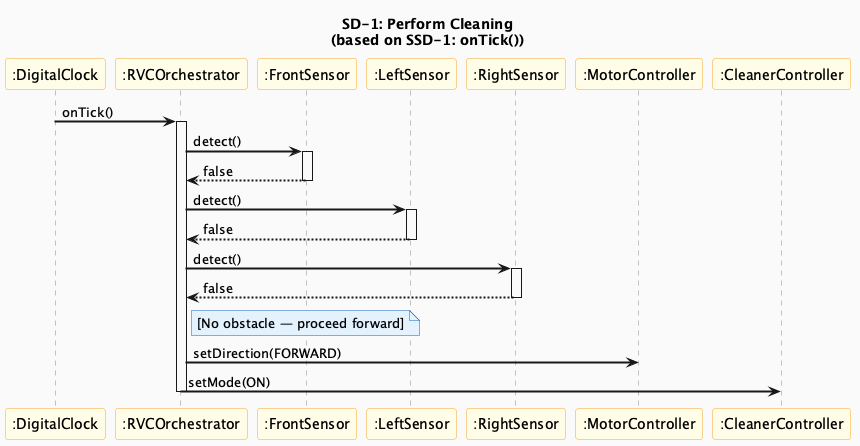
Before: docs/vibe-coding/03-ood/images/SD1_PerformCleaning.png, a diagram exported from PlantUML (OOP-konkuk/CICD-Team7).
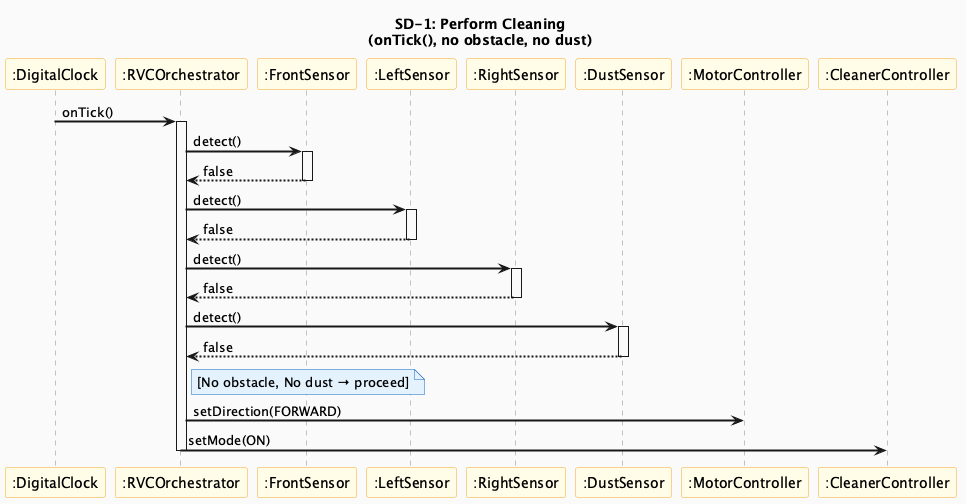
The same file after the commit.

Commit message:
refactor(ooa/ood/ooi): Change dust detection to polling in onTick() (Option A)

Diff of the diagram source:
```diff
@@ -7,13 +7,14 @@
 skinparam noteBackgroundColor #E3F2FD
 skinparam noteBorderColor #1565C0
 
-title SD-1: Perform Cleaning\n(based on SSD-1: onTick())
+title SD-1: Perform Cleaning\n(onTick(), no obstacle, no dust)
 
 participant ":DigitalClock" as Clock
 participant ":RVCOrchestrator" as Orch
 participant ":FrontSensor" as FS
 participant ":LeftSensor" as LS
 participant ":RightSensor" as RS
+participant ":DustSensor" as DS
 participant ":MotorController" as Motor
 participant ":CleanerController" as Cleaner
 
@@ -31,7 +32,11 @@
 activate RS
 RS --> Orch : false
 deactivate RS
-note right of Orch : [No obstacle — proceed forward]
+Orch -> DS : detect()
+activate DS
+DS --> Orch : false
+deactivate DS
+note right of Orch : [No obstacle, No dust → proceed]
 Orch -> Motor : setDirection(FORWARD)
 Orch -> Cleaner : setMode(ON)
 deactivate Orch
```
